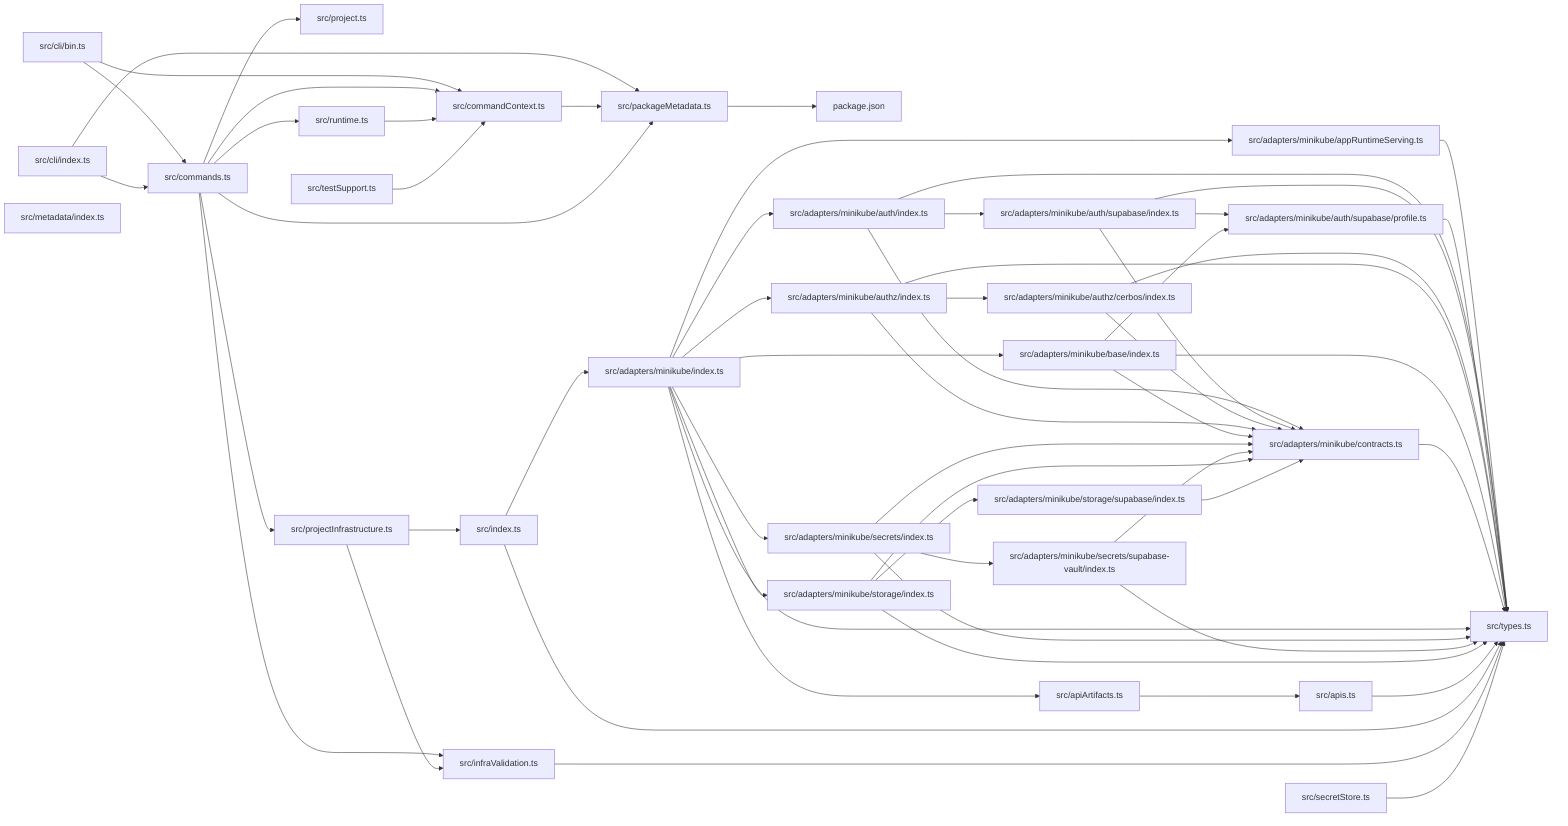
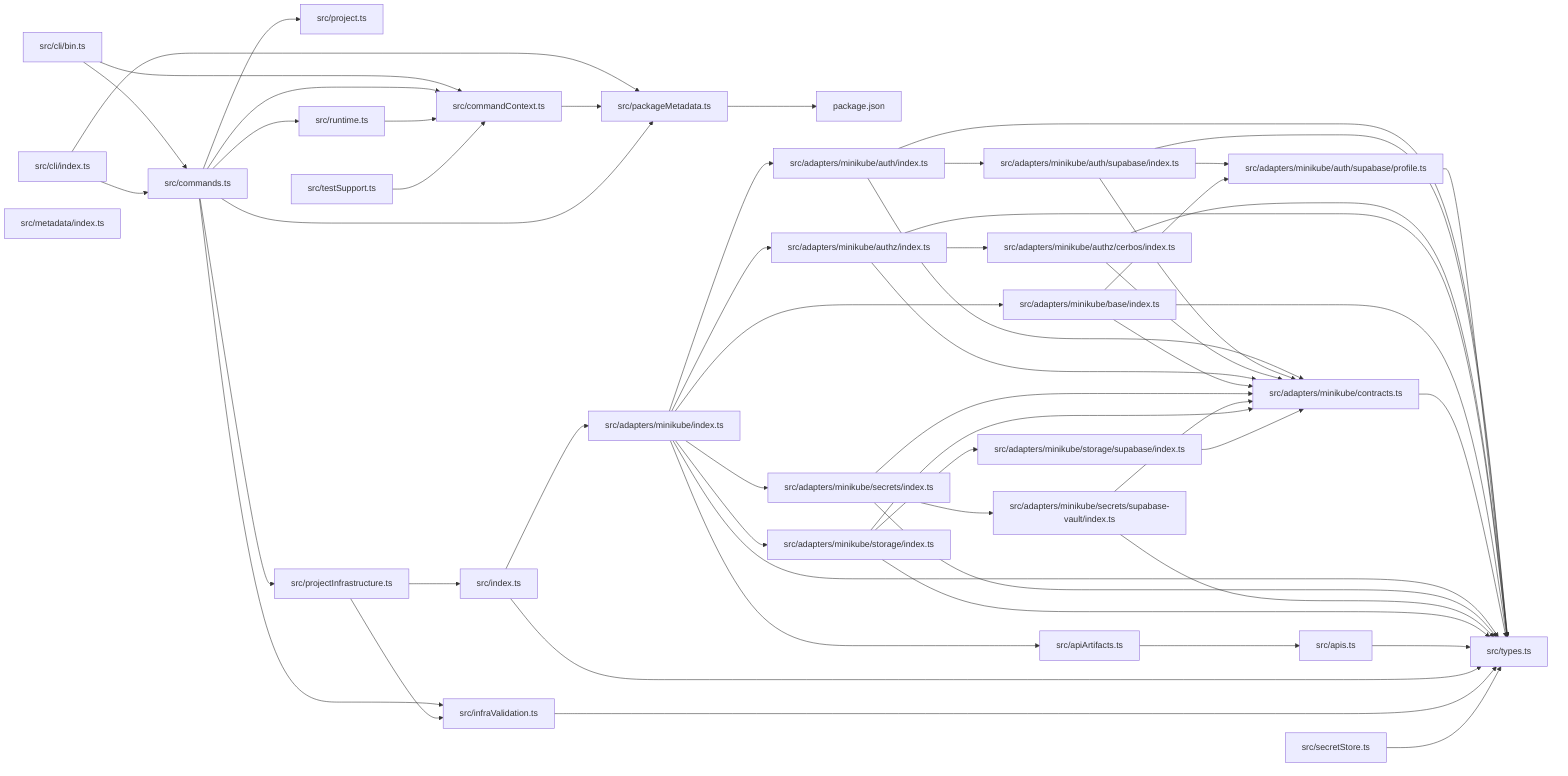
graph LR
  module_package_json["package.json"]
-   module_src_adapters_minikube_appRuntimeServing_ts["src/adapters/minikube/appRuntimeServing.ts"]
  module_src_adapters_minikube_auth_index_ts["src/adapters/minikube/auth/index.ts"]
  module_src_adapters_minikube_auth_supabase_index_ts["src/adapters/minikube/auth/supabase/index.ts"]
  module_src_adapters_minikube_auth_supabase_profile_ts["src/adapters/minikube/auth/supabase/profile.ts"]
  module_src_adapters_minikube_authz_cerbos_index_ts["src/adapters/minikube/authz/cerbos/index.ts"]
  module_src_adapters_minikube_authz_index_ts["src/adapters/minikube/authz/index.ts"]
  module_src_adapters_minikube_base_index_ts["src/adapters/minikube/base/index.ts"]
  module_src_adapters_minikube_contracts_ts["src/adapters/minikube/contracts.ts"]
  module_src_adapters_minikube_index_ts["src/adapters/minikube/index.ts"]
  module_src_adapters_minikube_secrets_index_ts["src/adapters/minikube/secrets/index.ts"]
  module_src_adapters_minikube_secrets_supabase_vault_index_ts["src/adapters/minikube/secrets/supabase-vault/index.ts"]
  module_src_adapters_minikube_storage_index_ts["src/adapters/minikube/storage/index.ts"]
  module_src_adapters_minikube_storage_supabase_index_ts["src/adapters/minikube/storage/supabase/index.ts"]
  module_src_apiArtifacts_ts["src/apiArtifacts.ts"]
  module_src_apis_ts["src/apis.ts"]
  module_src_cli_bin_ts["src/cli/bin.ts"]
  module_src_cli_index_ts["src/cli/index.ts"]
  module_src_commandContext_ts["src/commandContext.ts"]
  module_src_commands_ts["src/commands.ts"]
  module_src_index_ts["src/index.ts"]
  module_src_infraValidation_ts["src/infraValidation.ts"]
  module_src_metadata_index_ts["src/metadata/index.ts"]
  module_src_packageMetadata_ts["src/packageMetadata.ts"]
  module_src_project_ts["src/project.ts"]
  module_src_projectInfrastructure_ts["src/projectInfrastructure.ts"]
  module_src_runtime_ts["src/runtime.ts"]
  module_src_secretStore_ts["src/secretStore.ts"]
  module_src_testSupport_ts["src/testSupport.ts"]
  module_src_types_ts["src/types.ts"]
-   module_src_adapters_minikube_appRuntimeServing_ts --> module_src_types_ts
  module_src_adapters_minikube_auth_index_ts --> module_src_adapters_minikube_auth_supabase_index_ts
  module_src_adapters_minikube_auth_index_ts --> module_src_adapters_minikube_contracts_ts
  module_src_adapters_minikube_auth_index_ts --> module_src_types_ts
  module_src_adapters_minikube_auth_supabase_index_ts --> module_src_adapters_minikube_auth_supabase_profile_ts
  module_src_adapters_minikube_auth_supabase_index_ts --> module_src_adapters_minikube_contracts_ts
  module_src_adapters_minikube_auth_supabase_index_ts --> module_src_types_ts
  module_src_adapters_minikube_auth_supabase_profile_ts --> module_src_types_ts
  module_src_adapters_minikube_authz_cerbos_index_ts --> module_src_adapters_minikube_contracts_ts
  module_src_adapters_minikube_authz_cerbos_index_ts --> module_src_types_ts
  module_src_adapters_minikube_authz_index_ts --> module_src_adapters_minikube_authz_cerbos_index_ts
  module_src_adapters_minikube_authz_index_ts --> module_src_adapters_minikube_contracts_ts
  module_src_adapters_minikube_authz_index_ts --> module_src_types_ts
  module_src_adapters_minikube_base_index_ts --> module_src_adapters_minikube_auth_supabase_profile_ts
  module_src_adapters_minikube_base_index_ts --> module_src_adapters_minikube_contracts_ts
  module_src_adapters_minikube_base_index_ts --> module_src_types_ts
  module_src_adapters_minikube_contracts_ts --> module_src_types_ts
-   module_src_adapters_minikube_index_ts --> module_src_adapters_minikube_appRuntimeServing_ts
  module_src_adapters_minikube_index_ts --> module_src_adapters_minikube_auth_index_ts
  module_src_adapters_minikube_index_ts --> module_src_adapters_minikube_authz_index_ts
  module_src_adapters_minikube_index_ts --> module_src_adapters_minikube_base_index_ts
  module_src_adapters_minikube_index_ts --> module_src_adapters_minikube_secrets_index_ts
  module_src_adapters_minikube_index_ts --> module_src_adapters_minikube_storage_index_ts
  module_src_adapters_minikube_index_ts --> module_src_apiArtifacts_ts
  module_src_adapters_minikube_index_ts --> module_src_types_ts
  module_src_adapters_minikube_secrets_index_ts --> module_src_adapters_minikube_contracts_ts
  module_src_adapters_minikube_secrets_index_ts --> module_src_adapters_minikube_secrets_supabase_vault_index_ts
  module_src_adapters_minikube_secrets_index_ts --> module_src_types_ts
  module_src_adapters_minikube_secrets_supabase_vault_index_ts --> module_src_adapters_minikube_contracts_ts
  module_src_adapters_minikube_secrets_supabase_vault_index_ts --> module_src_types_ts
  module_src_adapters_minikube_storage_index_ts --> module_src_adapters_minikube_contracts_ts
  module_src_adapters_minikube_storage_index_ts --> module_src_adapters_minikube_storage_supabase_index_ts
  module_src_adapters_minikube_storage_index_ts --> module_src_types_ts
  module_src_adapters_minikube_storage_supabase_index_ts --> module_src_adapters_minikube_contracts_ts
  module_src_apiArtifacts_ts --> module_src_apis_ts
  module_src_apis_ts --> module_src_types_ts
  module_src_cli_bin_ts --> module_src_commandContext_ts
  module_src_cli_bin_ts --> module_src_commands_ts
  module_src_cli_index_ts --> module_src_commands_ts
  module_src_cli_index_ts --> module_src_packageMetadata_ts
  module_src_commandContext_ts --> module_src_packageMetadata_ts
  module_src_commands_ts --> module_src_commandContext_ts
  module_src_commands_ts --> module_src_infraValidation_ts
  module_src_commands_ts --> module_src_packageMetadata_ts
  module_src_commands_ts --> module_src_project_ts
  module_src_commands_ts --> module_src_projectInfrastructure_ts
  module_src_commands_ts --> module_src_runtime_ts
  module_src_index_ts --> module_src_adapters_minikube_index_ts
  module_src_index_ts --> module_src_types_ts
  module_src_infraValidation_ts --> module_src_types_ts
  module_src_packageMetadata_ts --> module_package_json
  module_src_projectInfrastructure_ts --> module_src_index_ts
  module_src_projectInfrastructure_ts --> module_src_infraValidation_ts
  module_src_runtime_ts --> module_src_commandContext_ts
  module_src_secretStore_ts --> module_src_types_ts
  module_src_testSupport_ts --> module_src_commandContext_ts
